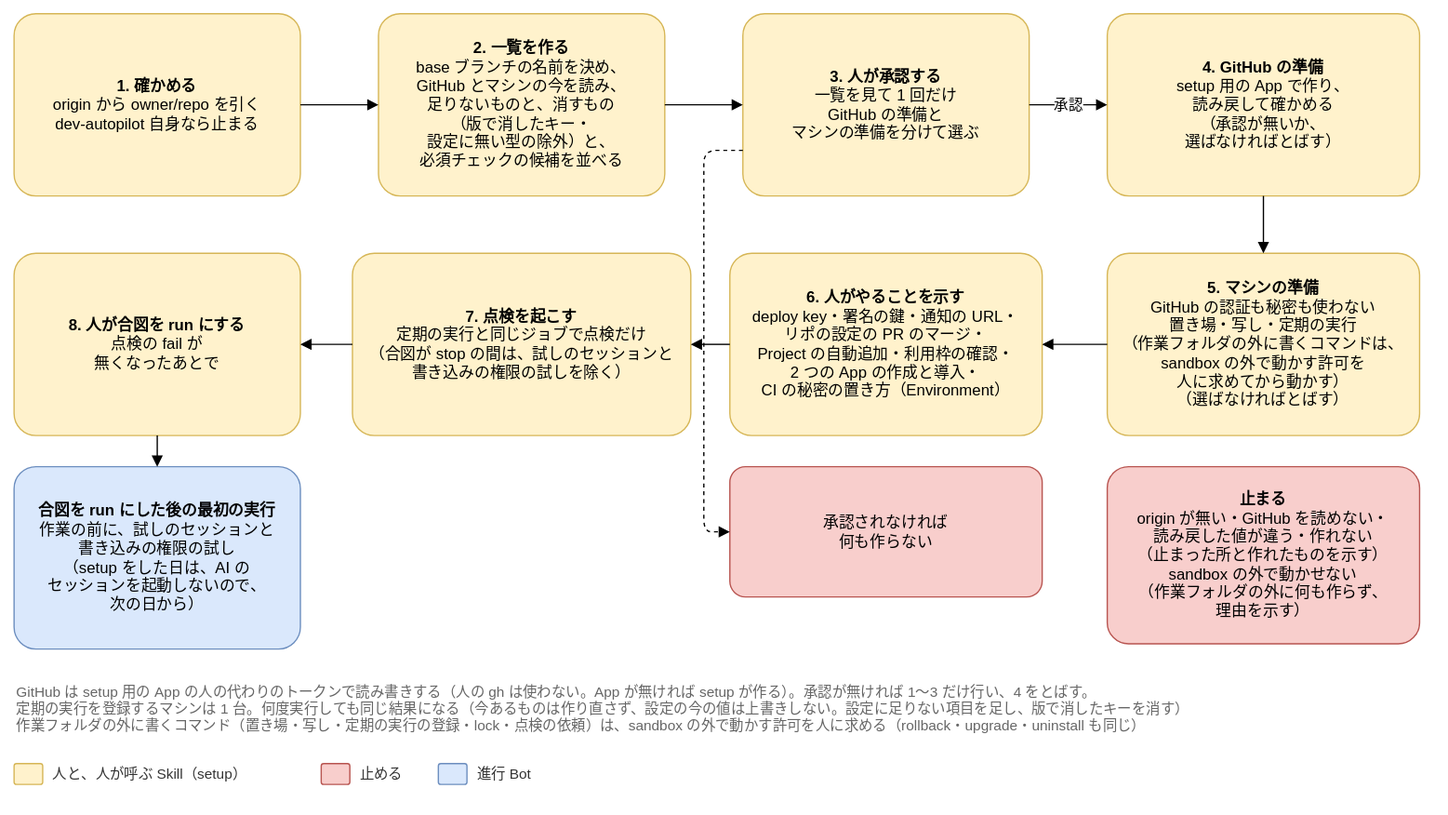
This is docs/design/basic/diagrams/04-setup-flow.drawio.svg from Joymerrevent/dev-autopilot, a draw.io export, as it was before one commit. Source tidied: cells renumbered, new cells last; positions are measured from the earlier drawing's top-left corner, leaving out a move shared by most shapes.
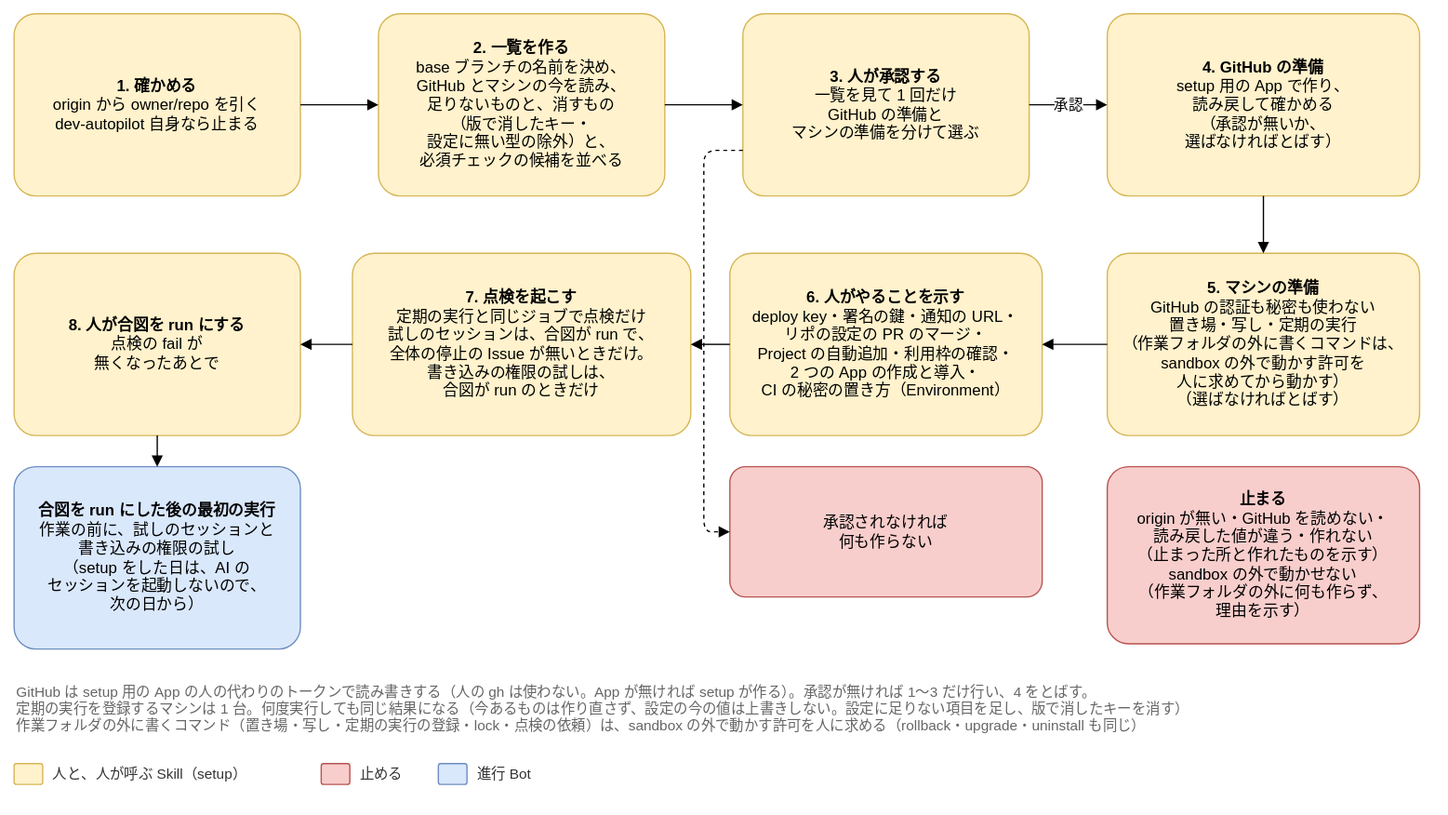
Above is the later version.

The edit, as a diff of the source:
```diff
@@ -20,7 +20,7 @@
     <mxCell id="7" value="&lt;b&gt;6. 人がやることを示す&lt;/b&gt;&lt;br&gt;deploy key・署名の鍵・通知の URL・&lt;br&gt;リポの設定の PR のマージ・&lt;br&gt;Project の自動追加・利用枠の確認・&lt;br&gt;2 つの App の作成と導入・&lt;br&gt;CI の秘密の置き方（Environment）" style="rounded=1;whiteSpace=wrap;html=1;fontSize=12;arcSize=12;spacing=12;fillColor=#fff2cc;strokeColor=#d6b656;" parent="1" vertex="1">
       <mxGeometry x="550" y="184" width="240" height="140" as="geometry" />
     </mxCell>
-    <mxCell id="8" value="&lt;b&gt;7. 点検を起こす&lt;/b&gt;&lt;br&gt;定期の実行と同じジョブで点検だけ&lt;br&gt;（合図が stop の間は、試しのセッションと&lt;br&gt;書き込みの権限の試しを除く）" style="rounded=1;whiteSpace=wrap;html=1;fontSize=12;arcSize=12;spacing=12;fillColor=#fff2cc;strokeColor=#d6b656;" parent="1" vertex="1">
+    <mxCell id="8" value="&lt;b&gt;7. 点検を起こす&lt;/b&gt;&lt;br&gt;定期の実行と同じジョブで点検だけ&lt;br&gt;試しのセッションは、合図が run で、&lt;br&gt;全体の停止の Issue が無いときだけ。&lt;br&gt;書き込みの権限の試しは、&lt;br&gt;合図が run のときだけ" style="rounded=1;whiteSpace=wrap;html=1;fontSize=12;arcSize=12;spacing=12;fillColor=#fff2cc;strokeColor=#d6b656;" parent="1" vertex="1">
       <mxGeometry x="260" y="184" width="260" height="140" as="geometry" />
     </mxCell>
     <mxCell id="9" value="&lt;b&gt;8. 人が合図を run にする&lt;/b&gt;&lt;br&gt;点検の fail が&lt;br&gt;無くなったあとで" style="rounded=1;whiteSpace=wrap;html=1;fontSize=12;arcSize=12;spacing=12;fillColor=#fff2cc;strokeColor=#d6b656;" parent="1" vertex="1">
```
